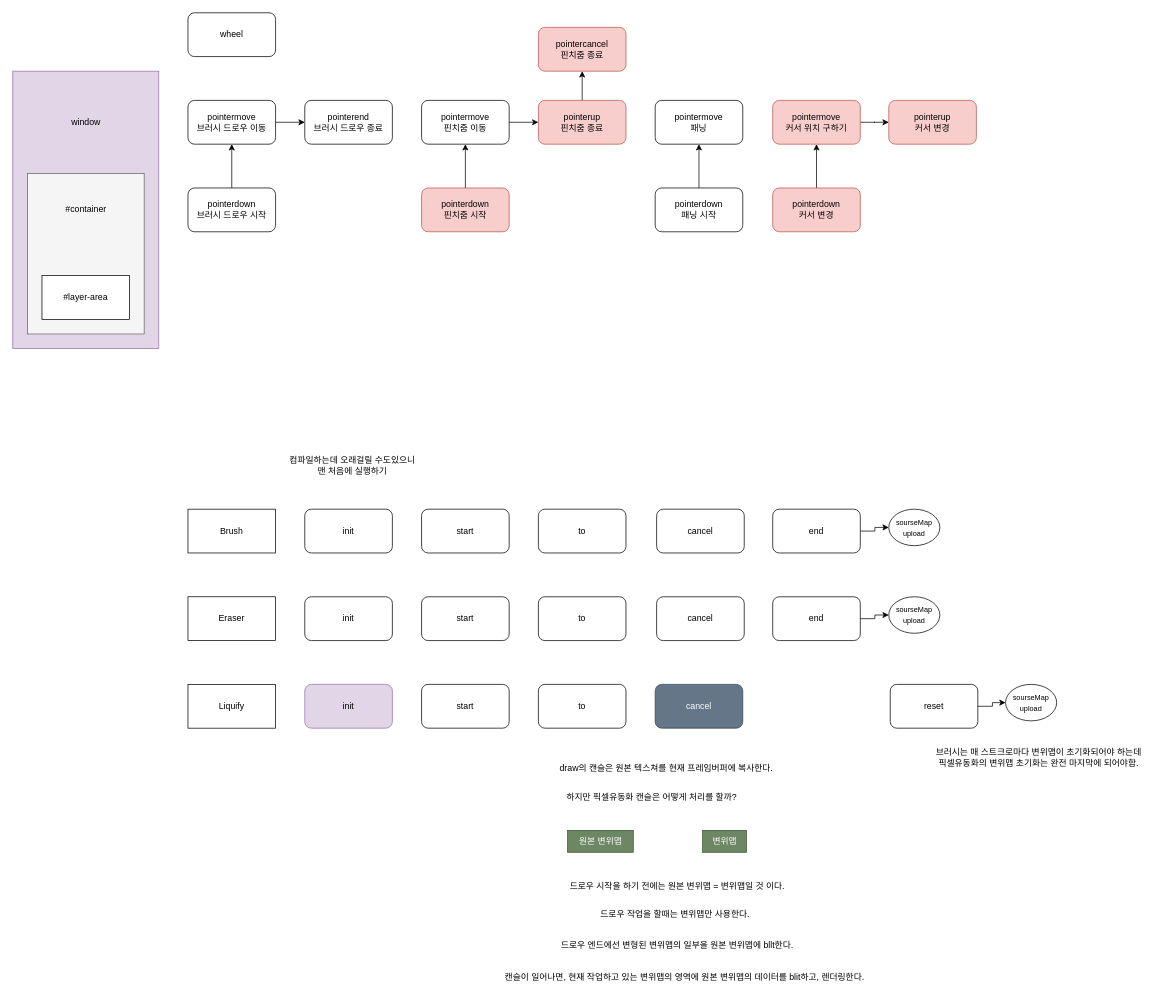
Earlier version of the draw.io diagram 제목 없는 다이어그램.drawio (oyc0401/graphic). Source tidied: cells renumbered, new cells numbered last; positions are measured from the earlier drawing's top-left corner, leaving out a move shared by most shapes. Both pictures are drawn from the tidied source at 73%, with x=0, y=0 at pixel (12, 12).
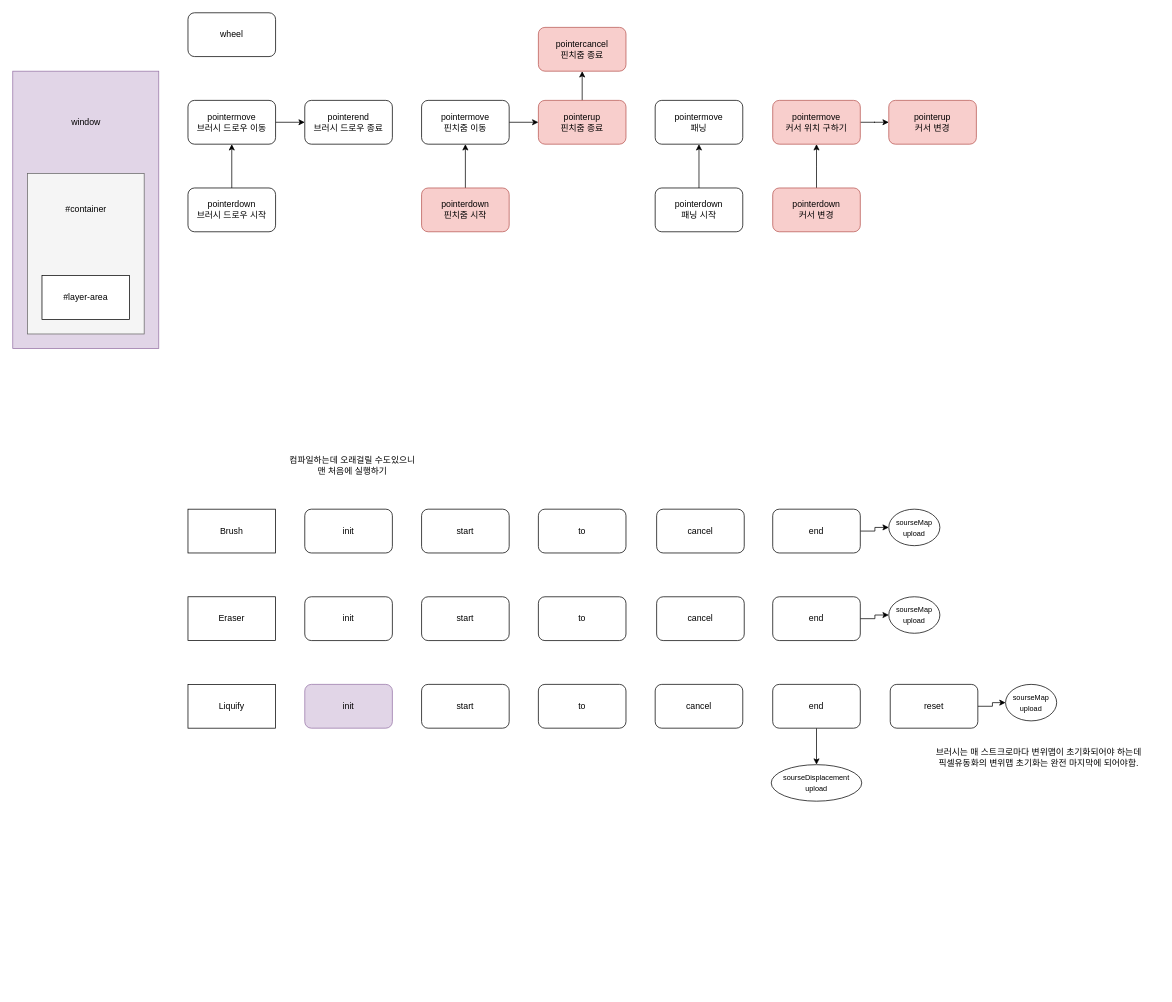
The same page after the edit.

Commit message:
제목 없는 다이어그램.drawio 업데이트

The edit, as a diff of the source:
```diff
@@
-    <mxCell id="49" value="draw의 캔슬은 원본 텍스쳐를 현재 프레임버퍼에 복사한다." style="text;html=1;align=center;verticalAlign=middle;strokeColor=none;fillColor=none;" parent="1" vertex="1">
-      <mxGeometry x="725" y="1020" width="340" height="30" as="geometry" />
-    </mxCell>
-    <mxCell id="50" value="하지만 픽셀유동화 캔슬은 어떻게 처리를 할까?" style="text;html=1;align=center;verticalAlign=middle;strokeColor=none;fillColor=none;" parent="1" vertex="1">
-      <mxGeometry x="740" y="1060" width="270" height="30" as="geometry" />
-    </mxCell>
@@
-    <mxCell id="52" value="원본 변위맵" style="text;html=1;align=center;verticalAlign=middle;strokeColor=#3A5431;fillColor=#6d8764;fontColor=#ffffff;" parent="1" vertex="1">
-      <mxGeometry x="760" y="1120" width="90" height="30" as="geometry" />
-    </mxCell>
-    <mxCell id="53" value="변위맵" style="text;html=1;align=center;verticalAlign=middle;strokeColor=#3A5431;fillColor=#6d8764;fontColor=#ffffff;" parent="1" vertex="1">
-      <mxGeometry x="945" y="1120" width="60" height="30" as="geometry" />
-    </mxCell>
-    <mxCell id="54" value="드로우 시작을 하기 전에는 원본 변위맵 = 변위맵일 것 이다." style="text;html=1;align=center;verticalAlign=middle;strokeColor=none;fillColor=none;" parent="1" vertex="1">
-      <mxGeometry x="740" y="1182" width="340" height="30" as="geometry" />
-    </mxCell>
-    <mxCell id="55" value="드로우 작업을 할때는 변위맵만 사용한다." style="text;html=1;align=center;verticalAlign=middle;strokeColor=none;fillColor=none;" parent="1" vertex="1">
-      <mxGeometry x="787" y="1220" width="240" height="30" as="geometry" />
-    </mxCell>
-    <mxCell id="56" value="드로우 엔드에선 변형된 변위맵의 일부을 원본 변위맵에 bllt한다." style="text;html=1;align=center;verticalAlign=middle;strokeColor=none;fillColor=none;" parent="1" vertex="1">
-      <mxGeometry x="725" y="1262" width="370" height="30" as="geometry" />
-    </mxCell>
-    <mxCell id="57" value="캔슬이 일어나면, 현재 작업하고 있는 변위맵의 영역에 원본 변위맵의 데이터를 blit하고, 렌더링한다." style="text;html=1;align=center;verticalAlign=middle;strokeColor=none;fillColor=none;" parent="1" vertex="1">
-      <mxGeometry x="645" y="1307" width="550" height="30" as="geometry" />
-    </mxCell>
@@
-    <mxCell id="61" value="cancel" style="rounded=1;whiteSpace=wrap;html=1;fillColor=#647687;fontColor=#ffffff;strokeColor=#314354;" parent="1" vertex="1">
+    <mxCell id="61" value="cancel" style="rounded=1;whiteSpace=wrap;html=1;" parent="1" vertex="1">
       <mxGeometry x="880" y="920" width="120" height="60" as="geometry" />
     </mxCell>
+    <mxCell id="62" style="edgeStyle=orthogonalEdgeStyle;rounded=0;jettySize=auto;html=1;" parent="1" edge="1" source="63" target="64">
+      <mxGeometry relative="1" as="geometry" />
+    </mxCell>
+    <mxCell id="63" value="end" style="rounded=1;whiteSpace=wrap;html=1;" parent="1" vertex="1">
+      <mxGeometry x="1041" y="920" width="120" height="60" as="geometry" />
+    </mxCell>
+    <mxCell id="64" value="&lt;font style=&quot;font-size: 10px;&quot;&gt;sourseDisplacement&lt;/font&gt;&lt;div&gt;&lt;font style=&quot;font-size: 10px;&quot;&gt;upload&lt;/font&gt;&lt;/div&gt;" style="ellipse;whiteSpace=wrap;html=1;" parent="1" vertex="1">
+      <mxGeometry x="1039" y="1030" width="124" height="50" as="geometry" />
+    </mxCell>
```
